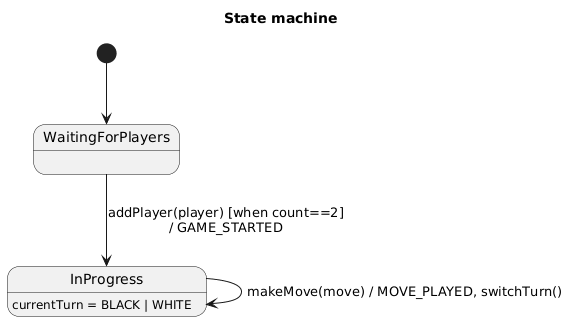
The PlantUML diagram uml/State.png in G10BAL/go-game-2nd-iter, before a commit.
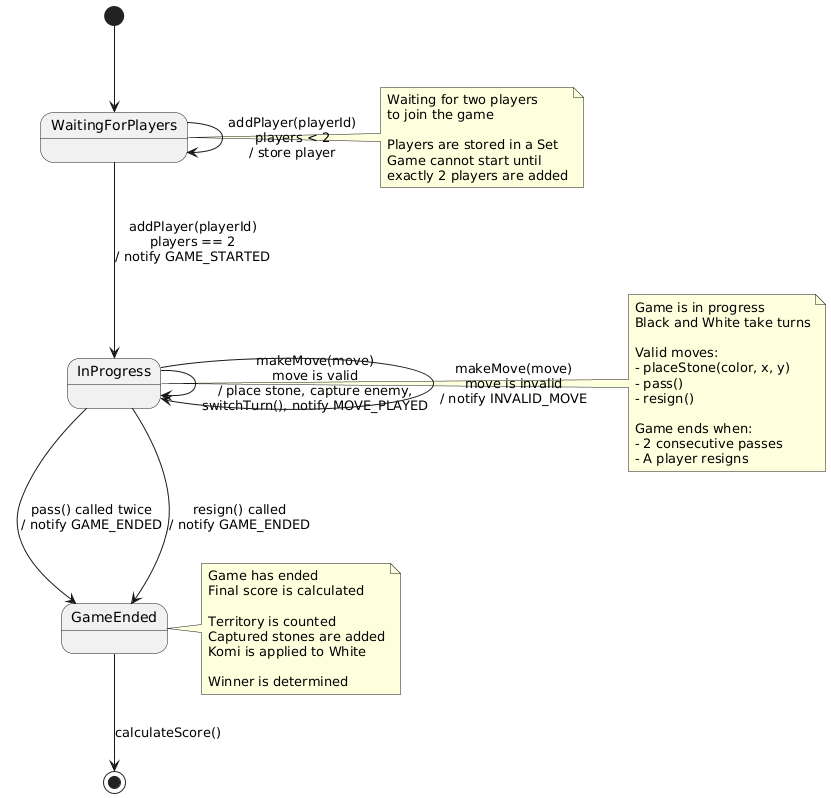
After the commit.

What changed in the source:
```diff
@@ -1,10 +1,51 @@
 @startuml
-title State machine
+[*] --> WaitingForPlayers
 
-    [*] --> WaitingForPlayers
+WaitingForPlayers --> WaitingForPlayers: addPlayer(playerId)\nplayers < 2\n/ store player
 
-    WaitingForPlayers --> InProgress : addPlayer(player) [when count==2]\n/ GAME_STARTED
+WaitingForPlayers --> InProgress: addPlayer(playerId)\nplayers == 2\n/ notify GAME_STARTED
 
-    InProgress : currentTurn = BLACK | WHITE
-    InProgress --> InProgress : makeMove(move) / MOVE_PLAYED, switchTurn()
+InProgress --> InProgress: makeMove(move)\nmove is valid\n/ place stone, capture enemy,\nswitchTurn(), notify MOVE_PLAYED
+
+InProgress --> InProgress: makeMove(move)\nmove is invalid\n/ notify INVALID_MOVE
+
+InProgress --> GameEnded: pass() called twice\n/ notify GAME_ENDED
+
+InProgress --> GameEnded: resign() called\n/ notify GAME_ENDED
+
+GameEnded --> [*]: calculateScore()
+
+note right of WaitingForPlayers
+  Waiting for two players
+  to join the game
+
+  Players are stored in a Set
+  Game cannot start until
+  exactly 2 players are added
+end note
+
+note right of InProgress
+  Game is in progress
+  Black and White take turns
+
+  Valid moves:
+  - placeStone(color, x, y)
+  - pass()
+  - resign()
+
+  Game ends when:
+  - 2 consecutive passes
+  - A player resigns
+end note
+
+note right of GameEnded
+  Game has ended
+  Final score is calculated
+
+  Territory is counted
+  Captured stones are added
+  Komi is applied to White
+
+  Winner is determined
+end note
 @enduml
```
